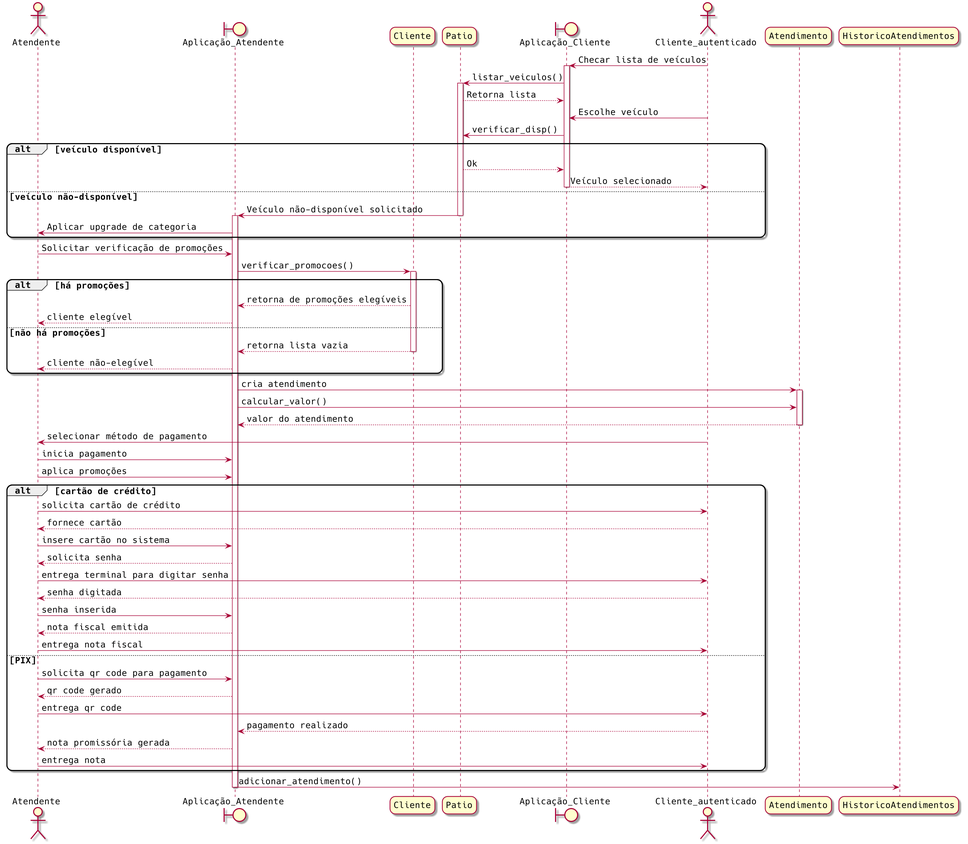
Before: images/sequence_diagram_locaPres.png, a diagram exported from PlantUML (sociedade-do-pastel/vl). The source it was exported from:
```plantuml
@startuml
  scale 1.5
  skinparam roundcorner 20
  skinparam classAttributeIconSize 12
  skinparam defaultFontSize 16
  skinparam defaultFontName Hack

actor Atendente
boundary Aplicação_Atendente as apendente
participant Cliente
participant Patio
boundary Aplicação_Cliente as apliente
actor "Cliente_autenticado" as clator
participant Atendimento
participant HistoricoAtendimentos

clator -> apliente: Checar lista de veículos
activate apliente
apliente -> Patio: listar_veiculos()
activate Patio
Patio --> apliente: Retorna lista
clator -> apliente: Escolhe veículo
apliente -> Patio: verificar_disp()

alt veículo disponível

    Patio --> apliente: Ok
    apliente --> clator: Veículo selecionado
    deactivate apliente

else veículo não-disponível

    Patio -> apendente: Veículo não-disponível solicitado
    deactivate Patio
    activate apendente
    apendente -> Atendente: Aplicar upgrade de categoria

end

Atendente -> apendente: Solicitar verificação de promoções
apendente -> Cliente: verificar_promocoes()
activate Cliente

alt há promoções

    Cliente --> apendente: retorna de promoções elegíveis
    apendente --> Atendente: cliente elegível

else não há promoções

    Cliente --> apendente: retorna lista vazia
    deactivate Cliente
    apendente --> Atendente: cliente não-elegível

end

apendente -> Atendimento: cria atendimento
activate Atendimento
apendente -> Atendimento: calcular_valor()
Atendimento --> apendente: valor do atendimento
deactivate Atendimento
clator -> Atendente: selecionar método de pagamento
Atendente -> apendente: inicia pagamento
Atendente -> apendente: aplica promoções

alt cartão de crédito

    Atendente -> clator: solicita cartão de crédito
    clator --> Atendente: fornece cartão
    Atendente -> apendente: insere cartão no sistema
    apendente --> Atendente: solicita senha
    Atendente -> clator: entrega terminal para digitar senha
    clator --> Atendente: senha digitada
    Atendente -> apendente: senha inserida
    apendente --> Atendente: nota fiscal emitida
    Atendente -> clator: entrega nota fiscal

else PIX

    Atendente -> apendente: solicita qr code para pagamento
    apendente --> Atendente: qr code gerado
    Atendente -> clator: entrega qr code
    clator --> apendente: pagamento realizado
    apendente --> Atendente: nota promissória gerada
    Atendente -> clator: entrega nota

end

apendente -> HistoricoAtendimentos: adicionar_atendimento()
deactivate apendente
@enduml
```
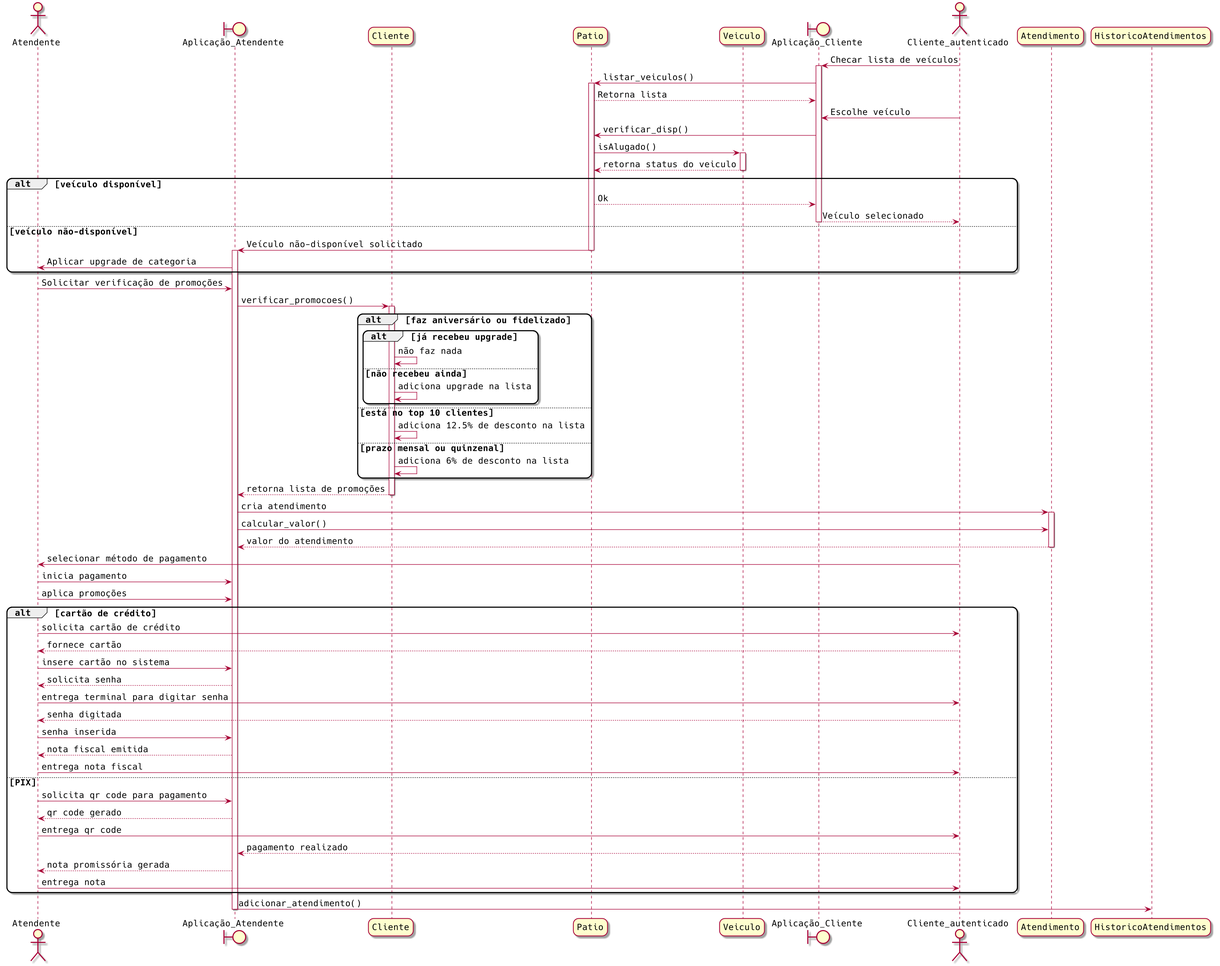
Above is the later version.

Commit message:
Corrigido diagramas de sequência de locações

Diff of the diagram source:
```diff
@@ -9,6 +9,7 @@
 boundary Aplicação_Atendente as apendente
 participant Cliente
 participant Patio
+participant Veiculo
 boundary Aplicação_Cliente as apliente
 actor "Cliente_autenticado" as clator
 participant Atendimento
@@ -21,6 +22,10 @@
 Patio --> apliente: Retorna lista
 clator -> apliente: Escolhe veículo
 apliente -> Patio: verificar_disp()
+Patio -> Veiculo: isAlugado()
+activate Veiculo
+Veiculo --> Patio: retorna status do veiculo
+deactivate Veiculo
 
 alt veículo disponível
 
@@ -41,19 +46,29 @@
 apendente -> Cliente: verificar_promocoes()
 activate Cliente
 
-alt há promoções
+alt faz aniversário ou fidelizado
 
-    Cliente --> apendente: retorna de promoções elegíveis
-    apendente --> Atendente: cliente elegível
+    alt já recebeu upgrade
 
-else não há promoções
+        Cliente -> Cliente: não faz nada
 
-    Cliente --> apendente: retorna lista vazia
-    deactivate Cliente
-    apendente --> Atendente: cliente não-elegível
+    else não recebeu ainda
+
+         Cliente -> Cliente: adiciona upgrade na lista
+    end
+
+else está no top 10 clientes
+
+     Cliente -> Cliente: adiciona 12.5% de desconto na lista
+
+else prazo mensal ou quinzenal
+
+     Cliente -> Cliente: adiciona 6% de desconto na lista
 
 end
 
+Cliente --> apendente: retorna lista de promoções
+deactivate Cliente
 apendente -> Atendimento: cria atendimento
 activate Atendimento
 apendente -> Atendimento: calcular_valor()
```
